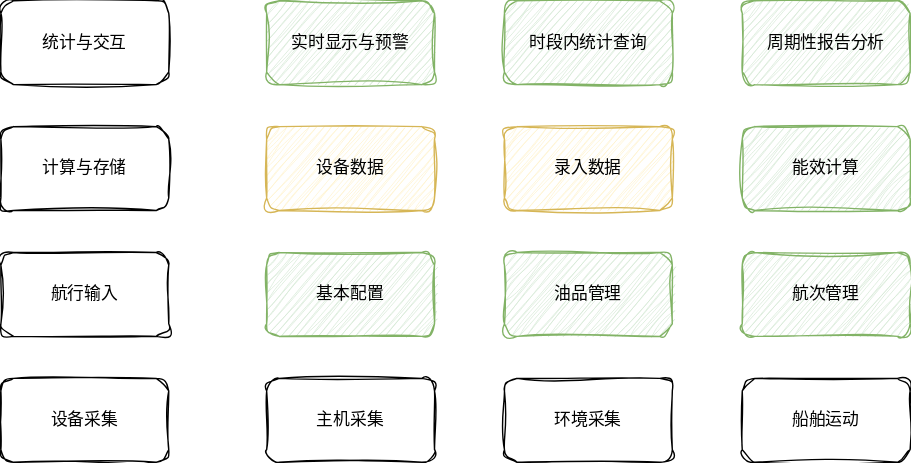
Before: 702-能效.drawio.svg, a diagram exported from draw.io (lzdong0714/note). Source tidied: cells renumbered, new cells last; positions are measured from the earlier drawing's top-left corner, leaving out a move shared by most shapes.
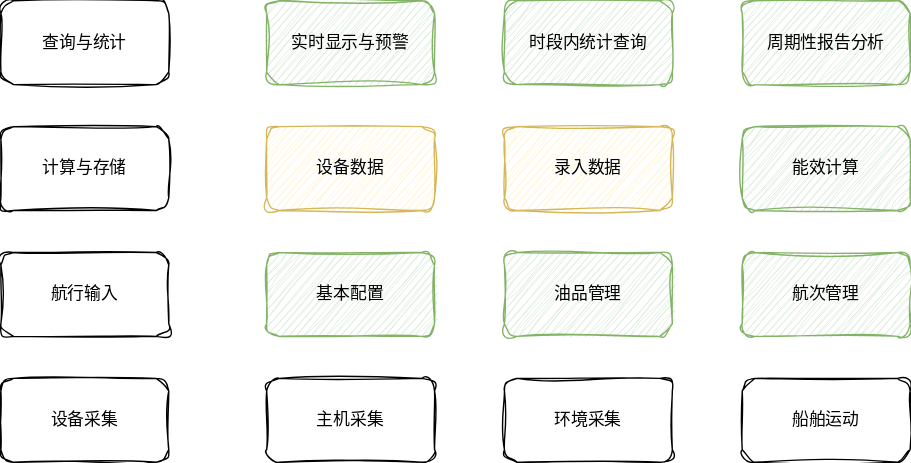
Later version of the same file.

Diff of the diagram source:
```diff
@@ -11,7 +11,7 @@
     <mxCell id="4" value="计算与存储" style="rounded=1;whiteSpace=wrap;html=1;sketch=1;hachureGap=4;jiggle=2;curveFitting=1;fontFamily=Architects Daughter;fontSource=https%3A%2F%2Ffonts.googleapis.com%2Fcss%3Ffamily%3DArchitects%2BDaughter;" parent="1" vertex="1">
       <mxGeometry y="90" width="120" height="60" as="geometry" />
     </mxCell>
-    <mxCell id="5" value="统计与交互" style="rounded=1;whiteSpace=wrap;html=1;sketch=1;hachureGap=4;jiggle=2;curveFitting=1;fontFamily=Architects Daughter;fontSource=https%3A%2F%2Ffonts.googleapis.com%2Fcss%3Ffamily%3DArchitects%2BDaughter;" parent="1" vertex="1">
+    <mxCell id="5" value="查询与统计" style="rounded=1;whiteSpace=wrap;html=1;sketch=1;hachureGap=4;jiggle=2;curveFitting=1;fontFamily=Architects Daughter;fontSource=https%3A%2F%2Ffonts.googleapis.com%2Fcss%3Ffamily%3DArchitects%2BDaughter;" parent="1" vertex="1">
       <mxGeometry width="120" height="60" as="geometry" />
     </mxCell>
     <mxCell id="6" value="主机采集" style="rounded=1;whiteSpace=wrap;html=1;sketch=1;hachureGap=4;jiggle=2;curveFitting=1;fontFamily=Architects Daughter;fontSource=https%3A%2F%2Ffonts.googleapis.com%2Fcss%3Ffamily%3DArchitects%2BDaughter;" parent="1" vertex="1">
```
